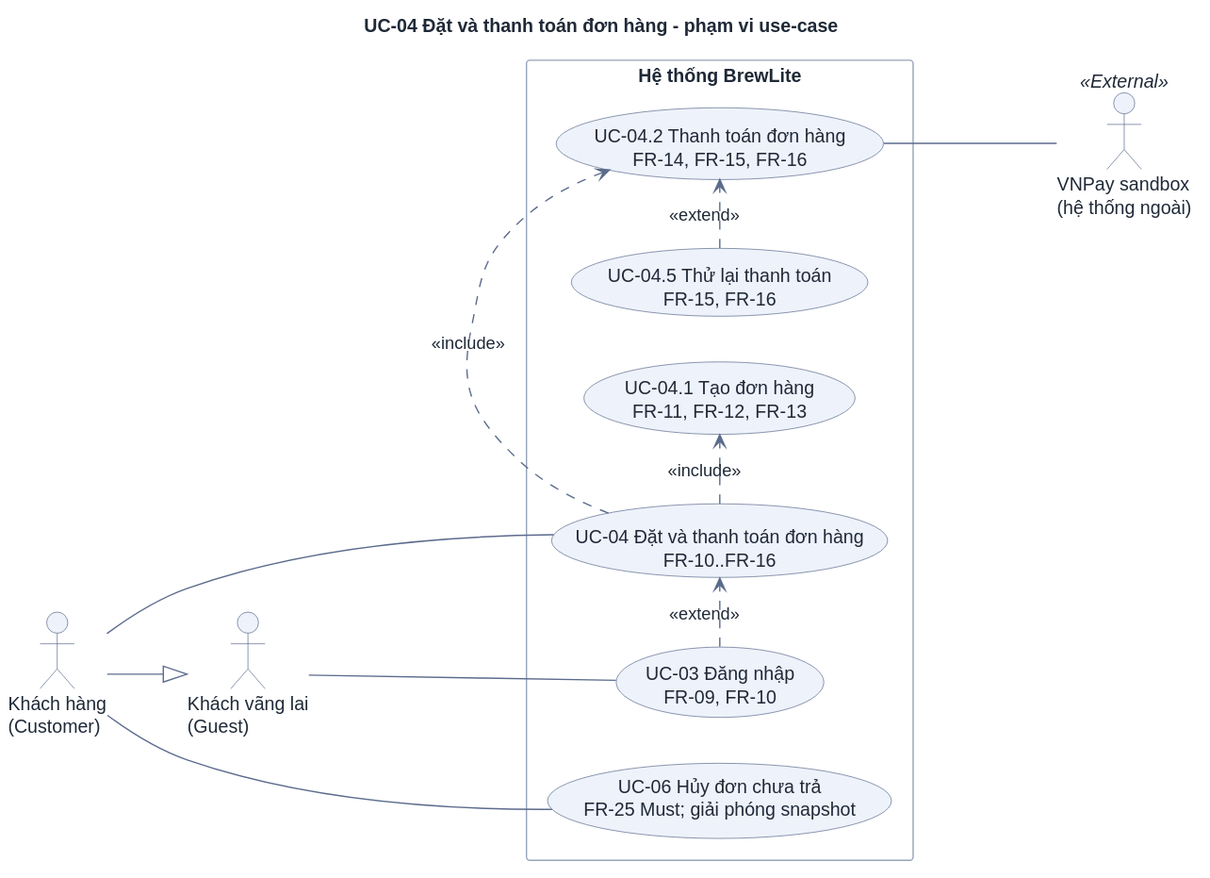
DuVinhLoi/BrewLite keeps this PlantUML diagram as docs/requirements/uc-checkout.svg. Above is the earlier version.
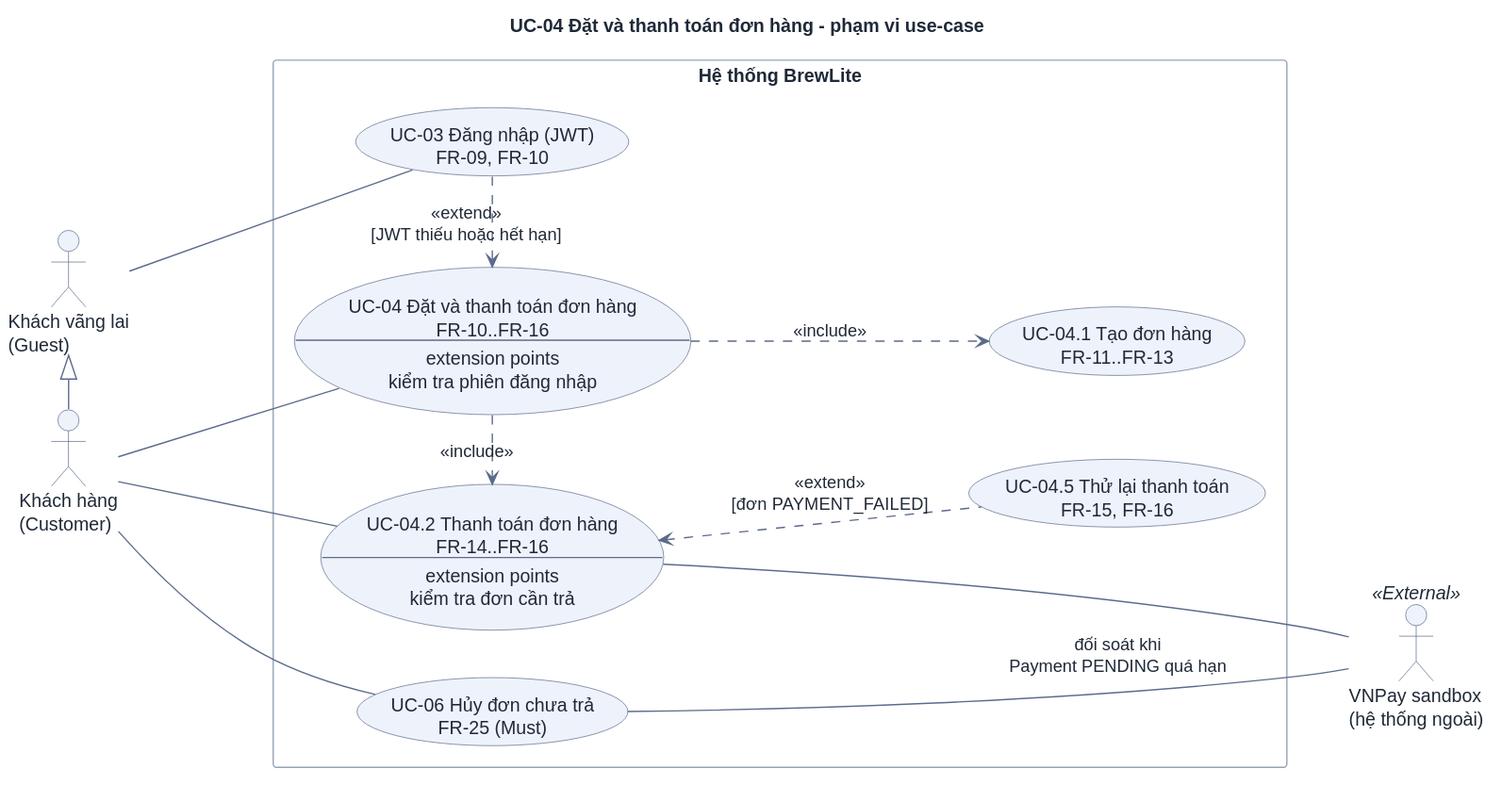
Above is the later version.

Commit message:
docs(uc): align the checkout use-case diagrams with UML, SRS and sequence

Change to the diagram source:
```diff
@@ -18,25 +18,37 @@
 actor "Khách hàng\n(Customer)" as Customer
 actor "VNPay sandbox\n(hệ thống ngoài)" as Pay <<External>>
 
-Customer --|> Guest
 
 rectangle "Hệ thống BrewLite" {
-  usecase "UC-04 Đặt và thanh toán đơn hàng\nFR-10..FR-16" as UC04
-  usecase "UC-04.1 Tạo đơn hàng\nFR-11, FR-12, FR-13" as UC041
-  usecase "UC-04.2 Thanh toán đơn hàng\nFR-14, FR-15, FR-16" as UC042
+  usecase "UC-03 Đăng nhập (JWT)\nFR-09, FR-10" as UC03
+  usecase UC04 as "UC-04 Đặt và thanh toán đơn hàng
+FR-10..FR-16
+--
+extension points
+kiểm tra phiên đăng nhập"
+  usecase "UC-04.1 Tạo đơn hàng\nFR-11..FR-13" as UC041
+  usecase UC042 as "UC-04.2 Thanh toán đơn hàng
+FR-14..FR-16
+--
+extension points
+kiểm tra đơn cần trả"
   usecase "UC-04.5 Thử lại thanh toán\nFR-15, FR-16" as UC045
-  usecase "UC-06 Hủy đơn chưa trả\nFR-25 Must; giải phóng snapshot" as UC06
-  usecase "UC-03 Đăng nhập\nFR-09, FR-10" as UC03
+  usecase "UC-06 Hủy đơn chưa trả\nFR-25 (Must)" as UC06
 }
 
+Guest <|- Customer
+
+Guest --- UC03
 Customer --- UC04
+Customer --- UC042
 Customer --- UC06
-Guest --- UC03
 
-UC04 .> UC041 : <<include>>
+UC03 .> UC04 : <<extend>>\n[JWT thiếu hoặc hết hạn]
 UC04 .> UC042 : <<include>>
-UC045 .> UC042 : <<extend>>
-UC03 .> UC04 : <<extend>>
+UC04 ..> UC041 : <<include>>
+UC042 <.. UC045 : <<extend>>\n[đơn PAYMENT_FAILED]
+UC042 -[hidden]> UC06
 
 UC042 --- Pay
+UC06 --- Pay : đối soát khi\nPayment PENDING quá hạn
 @enduml
```
